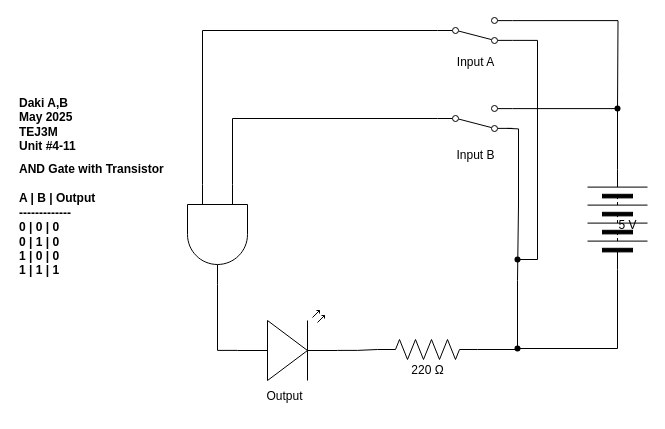
Before: Unit-4-10.drawio in daki-atahwalp-antango-boad/TEJ3M-Unit-4, a draw.io diagram. Source tidied: cells renumbered, new cells numbered last; positions are measured from the earlier drawing's top-left corner, leaving out a move shared by most shapes. Both pictures are drawn from the tidied source at 100%, with x=0, y=0 at pixel (17, 17).
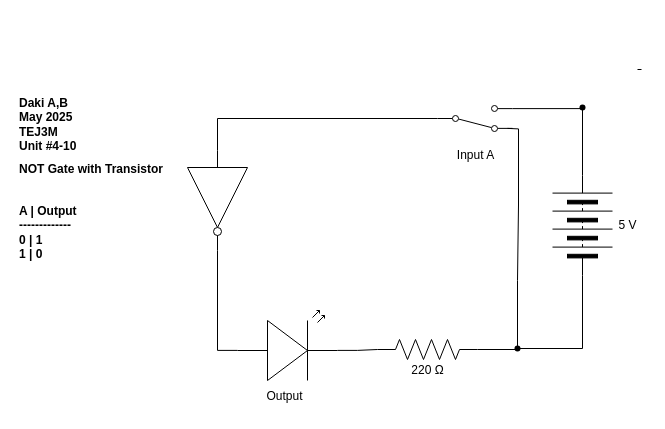
The same page after the edit.

The change refers to these unchanged cells:
```xml
<mxCell id="3" style="html=1;shape=mxgraph.electrical.electro-mechanical.twoWaySwitch;elSwitchState=2;flipV=1;" parent="1" vertex="1">
  <mxGeometry x="420" y="88" width="75" height="26" as="geometry" />
</mxCell>
<mxCell id="4" style="verticalLabelPosition=bottom;shadow=0;dashed=0;align=center;html=1;verticalAlign=top;shape=mxgraph.electrical.opto_electronics.led_2;" parent="1" vertex="1">
  <mxGeometry x="220" y="293" width="100" height="70" as="geometry" />
</mxCell>
<mxCell id="8" style="shape=waypoint;sketch=0;size=6;points=[];fillColor=none;perimeter=centerPerimeter;snapToPoint=1;" parent="1" vertex="1">
  <mxGeometry x="490" y="321" width="20" height="20" as="geometry" />
</mxCell>
```

Diff of the diagram source:
```diff
@@
     <mxCell id="9" style="verticalLabelPosition=bottom;shadow=0;dashed=0;align=center;html=1;verticalAlign=top;shape=mxgraph.electrical.miscellaneous.batteryStack;rotation=-90;" parent="1" vertex="1">
-      <mxGeometry x="550" y="172" width="100" height="60" as="geometry" />
+      <mxGeometry x="515" y="178" width="100" height="60" as="geometry" />
     </mxCell>
     <mxCell id="10" style="shape=waypoint;sketch=0;size=6;fillColor=none;perimeter=centerPerimeter;" parent="1" vertex="1">
-      <mxGeometry x="590" y="81" width="20" height="20" as="geometry" />
+      <mxGeometry x="555" y="80" width="20" height="20" as="geometry" />
     </mxCell>
@@
-    <mxCell id="14" value="&lt;b&gt;Daki A,B&lt;/b&gt;&lt;div&gt;&lt;font color=&quot;#000000&quot;&gt;&lt;b&gt;May 2025&lt;br&gt;&lt;/b&gt;&lt;/font&gt;&lt;div&gt;&lt;b&gt;TEJ3M&lt;/b&gt;&lt;/div&gt;&lt;div&gt;&lt;b&gt;Unit #4-11&lt;/b&gt;&lt;/div&gt;&lt;/div&gt;" style="text;html=1;align=left;verticalAlign=middle;strokeColor=none;fillColor=none;" parent="1" vertex="1">
+    <mxCell id="14" value="&lt;b&gt;Daki A,B&lt;/b&gt;&lt;div&gt;&lt;font color=&quot;#000000&quot;&gt;&lt;b&gt;May 2025&lt;br&gt;&lt;/b&gt;&lt;/font&gt;&lt;div&gt;&lt;b&gt;TEJ3M&lt;/b&gt;&lt;/div&gt;&lt;div&gt;&lt;b&gt;Unit #4-10&lt;/b&gt;&lt;/div&gt;&lt;/div&gt;" style="text;html=1;align=left;verticalAlign=middle;strokeColor=none;fillColor=none;" parent="1" vertex="1">
       <mxGeometry y="72" width="80" height="70" as="geometry" />
     </mxCell>
-    <mxCell id="15" value="&lt;b&gt;AND Gate with Transistor&lt;/b&gt;" style="text;html=1;align=left;verticalAlign=middle;strokeColor=none;fillColor=none;" parent="1" vertex="1">
+    <mxCell id="15" value="&lt;b&gt;NOT Gate with Transistor&lt;/b&gt;" style="text;html=1;align=left;verticalAlign=middle;strokeColor=none;fillColor=none;" parent="1" vertex="1">
       <mxGeometry y="137" width="170" height="30" as="geometry" />
     </mxCell>
-    <mxCell id="16" value="&lt;b&gt;A | B | Output&lt;/b&gt;&lt;div&gt;&lt;b&gt;-------------&lt;/b&gt;&lt;/div&gt;&lt;div&gt;&lt;b&gt;0 | 0 | 0&lt;/b&gt;&lt;/div&gt;&lt;div&gt;&lt;b&gt;0 | 1 | 0&lt;/b&gt;&lt;/div&gt;&lt;div&gt;&lt;b&gt;1 | 0 | 0&lt;/b&gt;&lt;/div&gt;&lt;div&gt;&lt;b&gt;1 | 1 | 1&lt;/b&gt;&lt;/div&gt;" style="text;html=1;align=left;verticalAlign=middle;strokeColor=none;fillColor=none;" parent="1" vertex="1">
-      <mxGeometry y="167" width="100" height="100" as="geometry" />
+    <mxCell id="16" value="&lt;b&gt;A | Output&lt;/b&gt;&lt;div&gt;&lt;b&gt;-------------&lt;/b&gt;&lt;/div&gt;&lt;div&gt;&lt;b&gt;0 | 1&lt;/b&gt;&lt;/div&gt;&lt;div&gt;&lt;b&gt;1 | 0&lt;/b&gt;&lt;/div&gt;" style="text;html=1;align=left;verticalAlign=middle;strokeColor=none;fillColor=none;" parent="1" vertex="1">
+      <mxGeometry y="180" width="80" height="70" as="geometry" />
     </mxCell>
@@
-    <mxCell id="18" value="Input B" style="text;html=1;align=center;verticalAlign=middle;strokeColor=none;fillColor=none;" parent="1" vertex="1">
+    <mxCell id="18" value="Input A" style="text;html=1;align=center;verticalAlign=middle;strokeColor=none;fillColor=none;" parent="1" vertex="1">
       <mxGeometry x="427.5" y="123" width="60" height="30" as="geometry" />
     </mxCell>
+    <mxCell id="29" style="edgeStyle=orthogonalEdgeStyle;html=1;exitDx=0;exitDy=0;rounded=0;endArrow=none;endFill=0;" parent="1" edge="1">
+      <mxGeometry relative="1" as="geometry">
+        <mxPoint x="624" y="52" as="sourcePoint" />
+        <mxPoint x="620" y="52" as="targetPoint" />
+      </mxGeometry>
+    </mxCell>
     <mxCell id="19" style="edgeStyle=orthogonalEdgeStyle;html=1;exitX=0;exitY=0.5;exitDx=0;exitDy=0;entryX=0.746;entryY=0.818;entryDx=0;entryDy=0;entryPerimeter=0;rounded=0;endArrow=none;endFill=0;" parent="1" edge="1" source="9" target="8">
       <mxGeometry relative="1" as="geometry">
         <Array as="points">
-          <mxPoint x="600" y="331" />
+          <mxPoint x="565" y="331" />
         </Array>
       </mxGeometry>
     </mxCell>
+    <mxCell id="30" style="verticalLabelPosition=bottom;shadow=0;dashed=0;align=center;html=1;verticalAlign=top;shape=mxgraph.electrical.logic_gates.inverter_2;rotation=90;" parent="1" vertex="1">
+      <mxGeometry x="150" y="153" width="100" height="60" as="geometry" />
+    </mxCell>
-    <mxCell id="20" style="edgeStyle=orthogonalEdgeStyle;html=1;exitX=0;exitY=0.5;exitDx=0;exitDy=0;entryX=0;entryY=0.25;entryDx=0;entryDy=0;entryPerimeter=0;rounded=0;endArrow=none;endFill=0;" parent="1" edge="1" source="3" target="21">
+    <mxCell id="20" style="edgeStyle=orthogonalEdgeStyle;html=1;exitX=0;exitY=0.5;exitDx=0;exitDy=0;entryX=0;entryY=0.5;entryDx=0;entryDy=0;entryPerimeter=0;rounded=0;endArrow=none;endFill=0;" parent="1" edge="1" source="3" target="30">
       <mxGeometry relative="1" as="geometry" />
     </mxCell>
-    <mxCell id="21" style="verticalLabelPosition=bottom;shadow=0;dashed=0;align=center;html=1;verticalAlign=top;shape=mxgraph.electrical.logic_gates.logic_gate;operation=and;rotation=90;" parent="1" vertex="1">
-      <mxGeometry x="150" y="187" width="100" height="60" as="geometry" />
-    </mxCell>
-    <mxCell id="22" style="edgeStyle=orthogonalEdgeStyle;html=1;exitX=0;exitY=0.57;exitDx=0;exitDy=0;exitPerimeter=0;entryX=1;entryY=0.5;entryDx=0;entryDy=0;entryPerimeter=0;rounded=0;endArrow=none;endFill=0;" parent="1" edge="1" source="4" target="21">
-      <mxGeometry relative="1" as="geometry" />
-    </mxCell>
-    <mxCell id="23" style="shape=waypoint;sketch=0;size=6;points=[];fillColor=none;perimeter=centerPerimeter;snapToPoint=1;" parent="1" vertex="1">
-      <mxGeometry x="490" y="232" width="20" height="20" as="geometry" />
-    </mxCell>
-    <mxCell id="24" style="edgeStyle=orthogonalEdgeStyle;html=1;rounded=0;endArrow=none;endFill=0;exitX=1;exitY=0.12;exitDx=0;exitDy=0;" parent="1" edge="1" source="25">
-      <mxGeometry relative="1" as="geometry">
-        <mxPoint x="600" y="92" as="targetPoint" />
-      </mxGeometry>
-    </mxCell>
-    <mxCell id="25" style="html=1;shape=mxgraph.electrical.electro-mechanical.twoWaySwitch;elSwitchState=2;flipV=1;" parent="1" vertex="1">
-      <mxGeometry x="420" width="75" height="26" as="geometry" />
-    </mxCell>
-    <mxCell id="26" value="Input A" style="text;html=1;align=center;verticalAlign=middle;strokeColor=none;fillColor=none;" parent="1" vertex="1">
-      <mxGeometry x="427.5" y="30" width="60" height="30" as="geometry" />
-    </mxCell>
-    <mxCell id="27" style="edgeStyle=orthogonalEdgeStyle;html=1;exitX=0;exitY=0.5;exitDx=0;exitDy=0;entryX=0;entryY=0.75;entryDx=0;entryDy=0;entryPerimeter=0;rounded=0;endArrow=none;endFill=0;" parent="1" edge="1" source="25" target="21">
-      <mxGeometry relative="1" as="geometry" />
-    </mxCell>
-    <mxCell id="28" style="edgeStyle=orthogonalEdgeStyle;html=1;exitX=1;exitY=0.88;exitDx=0;exitDy=0;entryX=1;entryY=0.376;entryDx=0;entryDy=0;entryPerimeter=0;rounded=0;endArrow=none;endFill=0;" parent="1" edge="1" source="25" target="23">
-      <mxGeometry relative="1" as="geometry">
-        <Array as="points">
-          <mxPoint x="520" y="23" />
-          <mxPoint x="520" y="242" />
-        </Array>
-      </mxGeometry>
-    </mxCell>
+    <mxCell id="31" style="edgeStyle=orthogonalEdgeStyle;html=1;exitX=1;exitY=0.5;exitDx=0;exitDy=0;exitPerimeter=0;entryX=0;entryY=0.57;entryDx=0;entryDy=0;entryPerimeter=0;rounded=0;endArrow=none;endFill=0;" parent="1" edge="1" source="30" target="4">
+      <mxGeometry relative="1" as="geometry" />
+    </mxCell>
```
